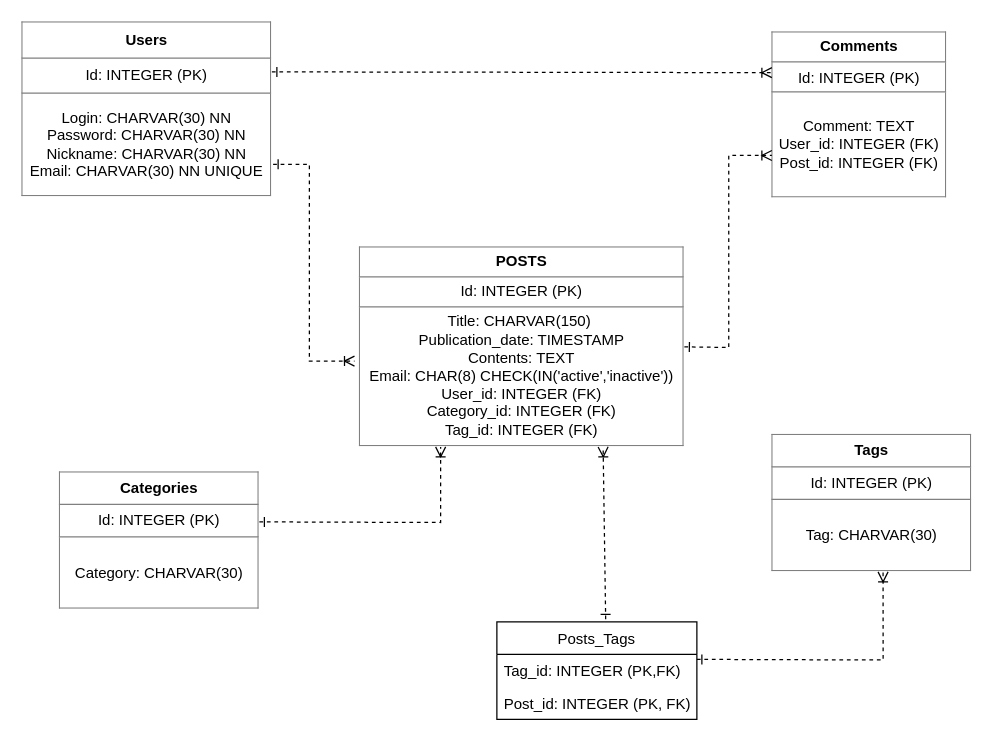
Before: Blogs Platzi.drawio in julianbarr368/Introduccion_base_datos, a draw.io diagram. Source tidied: cells renumbered, new cells numbered last; positions are measured from the earlier drawing's top-left corner, leaving out a move shared by most shapes. Both pictures are drawn from the tidied source at 125%, with x=0, y=0 at pixel (21, 21).
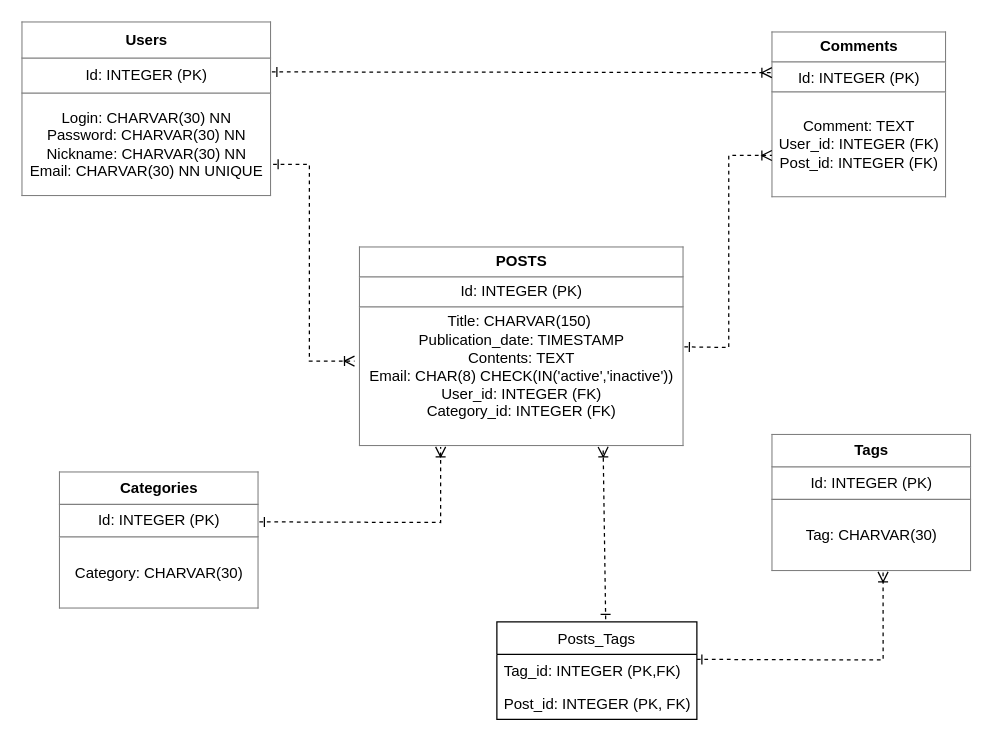
The same page after the edit.

Diff of the diagram source:
```diff
@@
-    <mxCell id="3" value="&lt;table border=&quot;1&quot; width=&quot;100%&quot; height=&quot;100%&quot; cellpadding=&quot;4&quot; style=&quot;width:100%;height:100%;border-collapse:collapse;&quot;&gt;&lt;tbody&gt;&lt;tr&gt;&lt;th align=&quot;center&quot;&gt;POSTS&lt;/th&gt;&lt;/tr&gt;&lt;tr&gt;&lt;td align=&quot;center&quot;&gt;Id: INTEGER (PK)&lt;/td&gt;&lt;/tr&gt;&lt;tr&gt;&lt;td align=&quot;center&quot;&gt;Title: CHARVAR(150)&amp;nbsp;&lt;br&gt;Publication_date: TIMESTAMP&lt;br&gt;Contents: TEXT&lt;br&gt;Email: CHAR(8) CHECK(IN('active','inactive'))&lt;br&gt;User_id: INTEGER (FK)&lt;br&gt;Category_id: INTEGER (FK)&lt;br&gt;Tag_id: INTEGER (FK)&lt;/td&gt;&lt;/tr&gt;&lt;/tbody&gt;&lt;/table&gt;" style="text;html=1;strokeColor=none;fillColor=none;overflow=fill;" parent="1" vertex="1">
+    <mxCell id="3" value="&lt;table border=&quot;1&quot; width=&quot;100%&quot; height=&quot;100%&quot; cellpadding=&quot;4&quot; style=&quot;width:100%;height:100%;border-collapse:collapse;&quot;&gt;&lt;tbody&gt;&lt;tr&gt;&lt;th align=&quot;center&quot;&gt;POSTS&lt;/th&gt;&lt;/tr&gt;&lt;tr&gt;&lt;td align=&quot;center&quot;&gt;Id: INTEGER (PK)&lt;/td&gt;&lt;/tr&gt;&lt;tr&gt;&lt;td align=&quot;center&quot;&gt;Title: CHARVAR(150)&amp;nbsp;&lt;br&gt;Publication_date: TIMESTAMP&lt;br&gt;Contents: TEXT&lt;br&gt;Email: CHAR(8) CHECK(IN('active','inactive'))&lt;br&gt;User_id: INTEGER (FK)&lt;br&gt;Category_id: INTEGER (FK)&lt;br&gt;&lt;br&gt;&lt;/td&gt;&lt;/tr&gt;&lt;/tbody&gt;&lt;/table&gt;" style="text;html=1;strokeColor=none;fillColor=none;overflow=fill;" parent="1" vertex="1">
       <mxGeometry x="270" y="180" width="260" height="160" as="geometry" />
     </mxCell>
```
